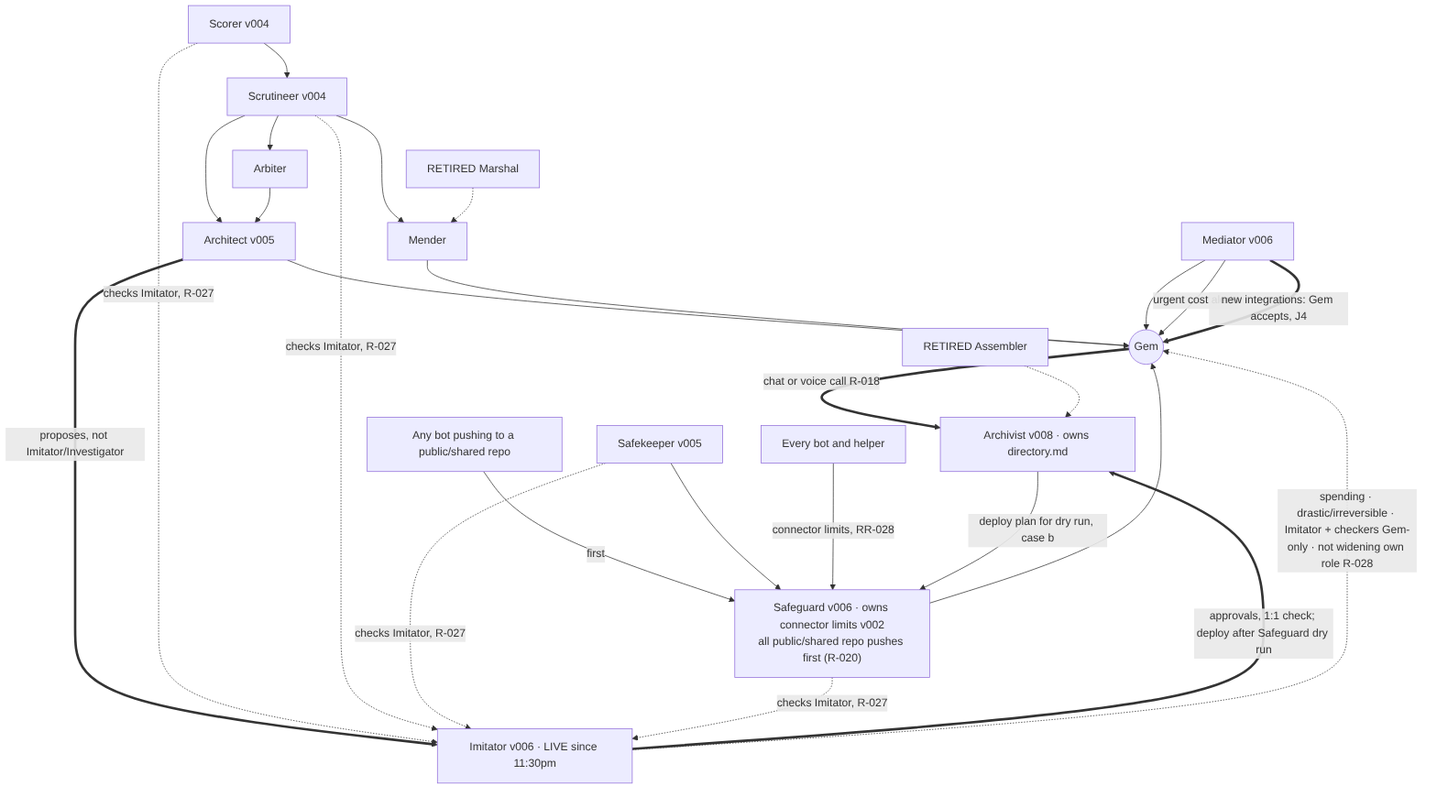
The Mermaid diagram governance/cartography/role-map-detail-governance.png in gemquota/gvmw, before a commit. Its source is kept beside it as governance/cartography/role-map-detail-governance.mmd.
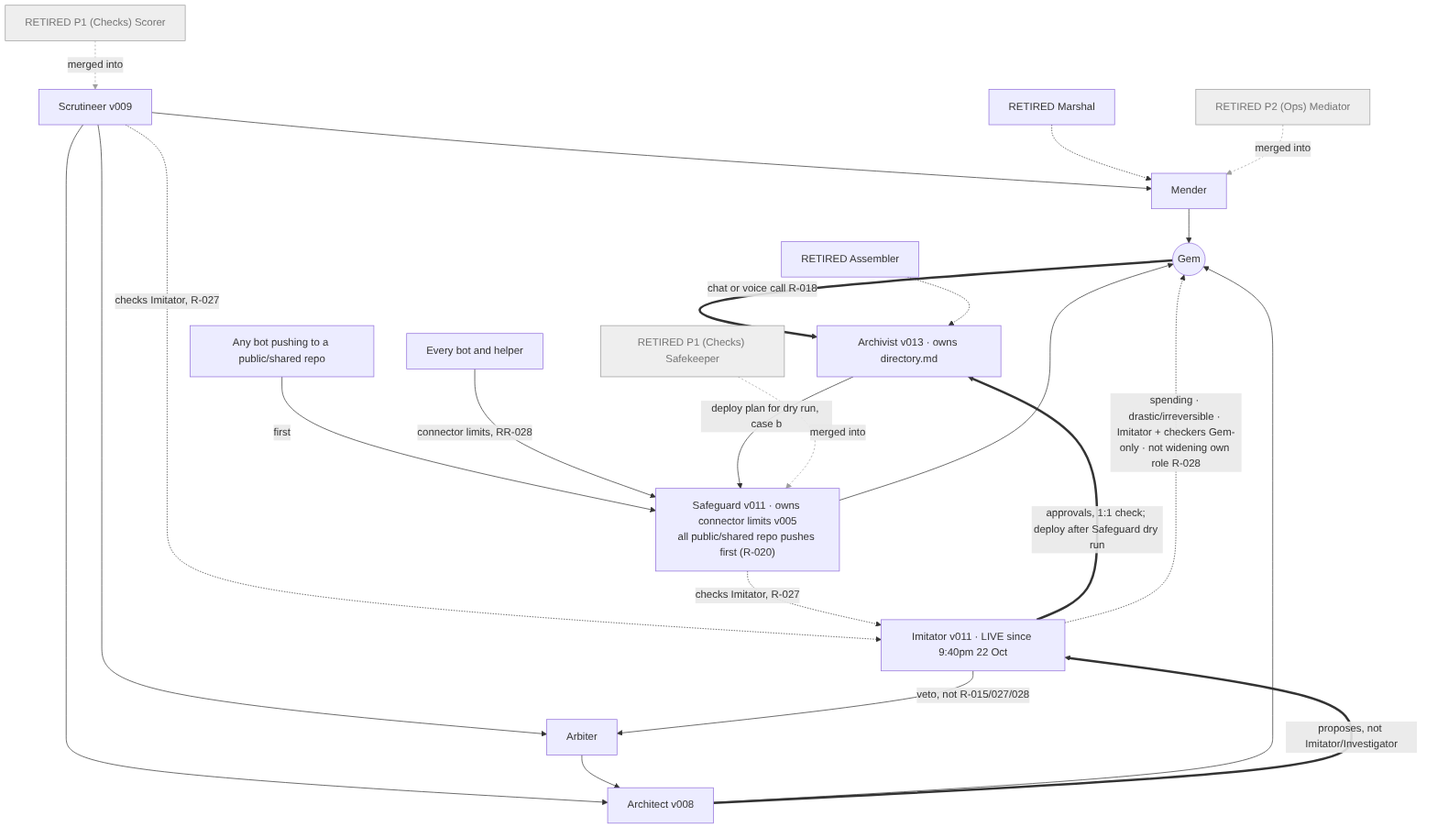
After the change.

Change to the diagram source:
```diff
@@ -1,28 +1,32 @@
 %%{init: {"flowchart": {"wrappingWidth": 220}}}%%
 flowchart TB
   GEM(("Gem"))
-  ARX["Architect v005"] --> GEM
-  GEM ==>|chat or voice call R-018| ARC["Archivist v008 · owns directory.md"]
+  ARX["Architect v008"] --> GEM
+  GEM ==>|chat or voice call R-018| ARC["Archivist v013 · owns directory.md"]
   ASM["RETIRED Assembler"] -.-> ARC
-  SCO["Scorer v004"] --> SCR["Scrutineer v004"]
+  SCR["Scrutineer v009"]
+  SCO["RETIRED P1 (Checks) Scorer"]
   SCR --> ARX
   SCR --> MEN["Mender"]
   SCR --> ARB["Arbiter"]
   ARB --> ARX
-  SFG["Safeguard v006 · owns connector limits v002<br/>all public/shared repo pushes first (R-020)"] --> GEM
-  IMI["Imitator v006 · LIVE since 11:30pm"] ==>|approvals, 1:1 check; deploy after Safeguard dry run| ARC
+  SFG["Safeguard v011 · owns connector limits v005<br/>all public/shared repo pushes first (R-020)"] --> GEM
+  IMI["Imitator v011 · LIVE since 9:40pm 22 Oct"] ==>|approvals, 1:1 check; deploy after Safeguard dry run| ARC
   ARX ==>|proposes, not Imitator/Investigator| IMI
   IMI -.->|spending · drastic/irreversible · Imitator + checkers Gem-only · not widening own role R-028| GEM
   BOTS["Any bot pushing to a public/shared repo"] -->|first| SFG
-  SFK["Safekeeper v005"] --> SFG
+  SFK["RETIRED P1 (Checks) Safekeeper"]
   MAR["RETIRED Marshal"] -.-> MEN
   MEN --> GEM
-  MED["Mediator v006"] --> GEM
-  SCO -.->|checks Imitator, R-027| IMI
+  MED["RETIRED P2 (Ops) Mediator"]
   SCR -.->|checks Imitator, R-027| IMI
-  SFK -.->|checks Imitator, R-027| IMI
   SFG -.->|checks Imitator, R-027| IMI
-  MED -->|urgent cost alerts| GEM
-  MED ==>|new integrations: Gem accepts, J4| GEM
   ALL["Every bot and helper"] -->|connector limits, RR-028| SFG
   ARC -->|deploy plan for dry run, case b| SFG
+  IMI -->|veto, not R-015/027/028| ARB
+  MED -.->|merged into| MEN
+  SCO -.->|merged into| SCR
+  SFK -.->|merged into| SFG
+  linkStyle 19,20,21 stroke:#9e9e9e,stroke-dasharray:3 3
+  classDef retiredMerged fill:#eeeeee,stroke:#9e9e9e,color:#757575
+  class MED,SCO,SFK retiredMerged
```
